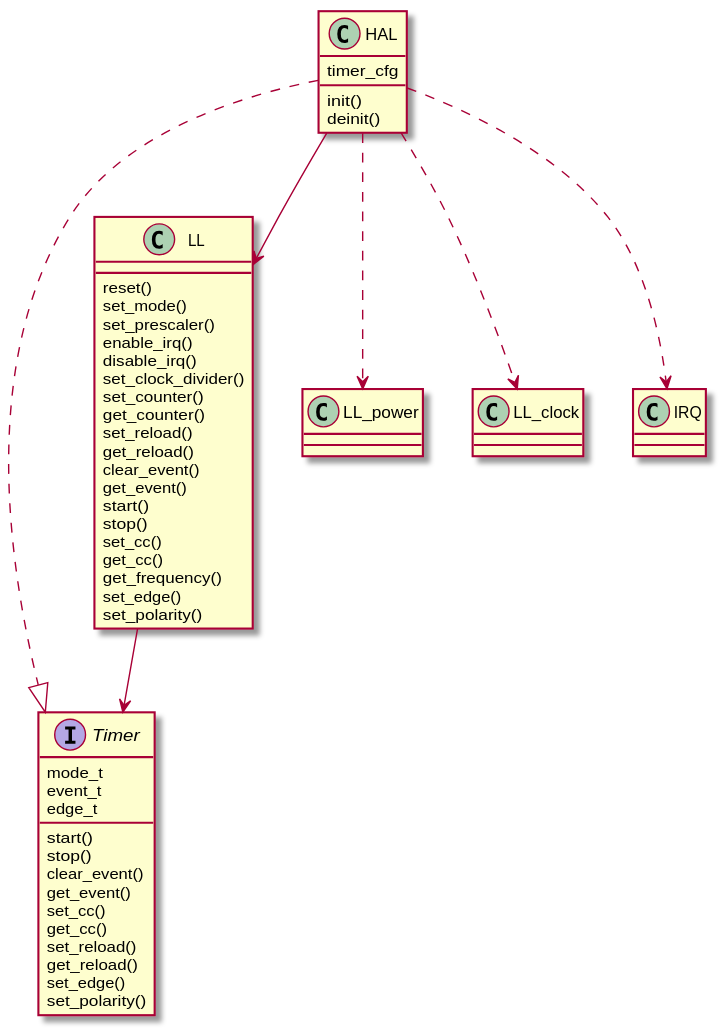
This is docs/source/assets/images/timer.svg from onkwon/halmcu, a PlantUML export, as it was before one commit.
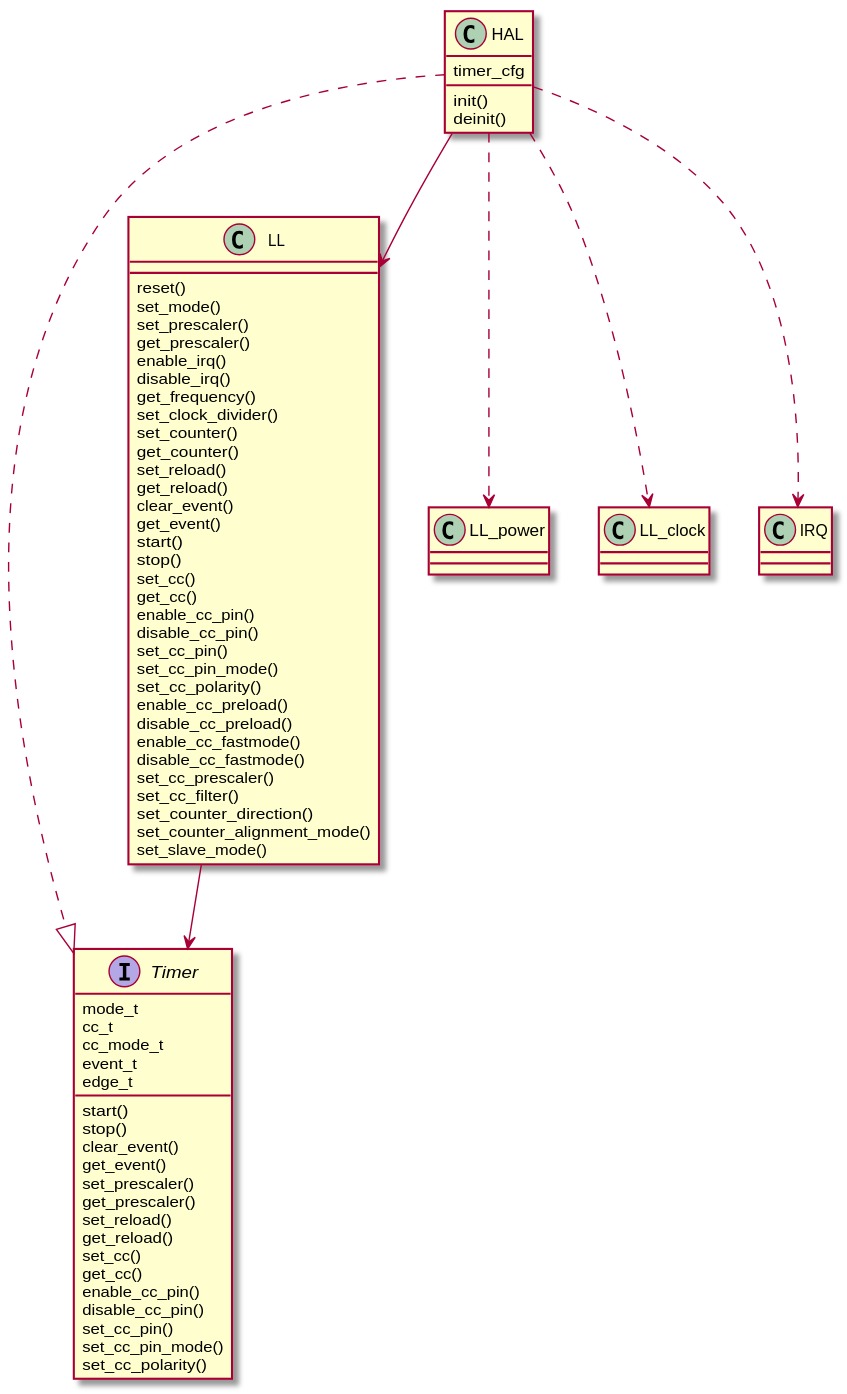
After the commit.

What changed in the source:
```diff
@@ -1,6 +1,8 @@
 @startuml
 interface Timer {
 	mode_t
+	cc_t
+	cc_mode_t
 	event_t
 	edge_t
 
@@ -8,20 +10,27 @@
 	stop()
 	clear_event()
 	get_event()
+	set_prescaler()
+	get_prescaler()
+	set_reload()
+	get_reload()
 	set_cc()
 	get_cc()
-	set_reload()
-	get_reload()
-	set_edge()
-	set_polarity()
+	enable_cc_pin()
+	disable_cc_pin()
+	set_cc_pin()
+	set_cc_pin_mode()
+	set_cc_polarity()
 }
 
 class LL {
 	reset()
 	set_mode()
 	set_prescaler()
+	get_prescaler()
 	enable_irq()
 	disable_irq()
+	get_frequency()
 	set_clock_divider()
 	set_counter()
 	get_counter()
@@ -33,9 +42,20 @@
 	stop()
 	set_cc()
 	get_cc()
-	get_frequency()
-	set_edge()
-	set_polarity()
+	enable_cc_pin()
+	disable_cc_pin()
+	set_cc_pin()
+	set_cc_pin_mode()
+	set_cc_polarity()
+	enable_cc_preload()
+	disable_cc_preload()
+	enable_cc_fastmode()
+	disable_cc_fastmode()
+	set_cc_prescaler()
+	set_cc_filter()
+	set_counter_direction()
+	set_counter_alignment_mode()
+	set_slave_mode()
 }
 
 class HAL {
```
